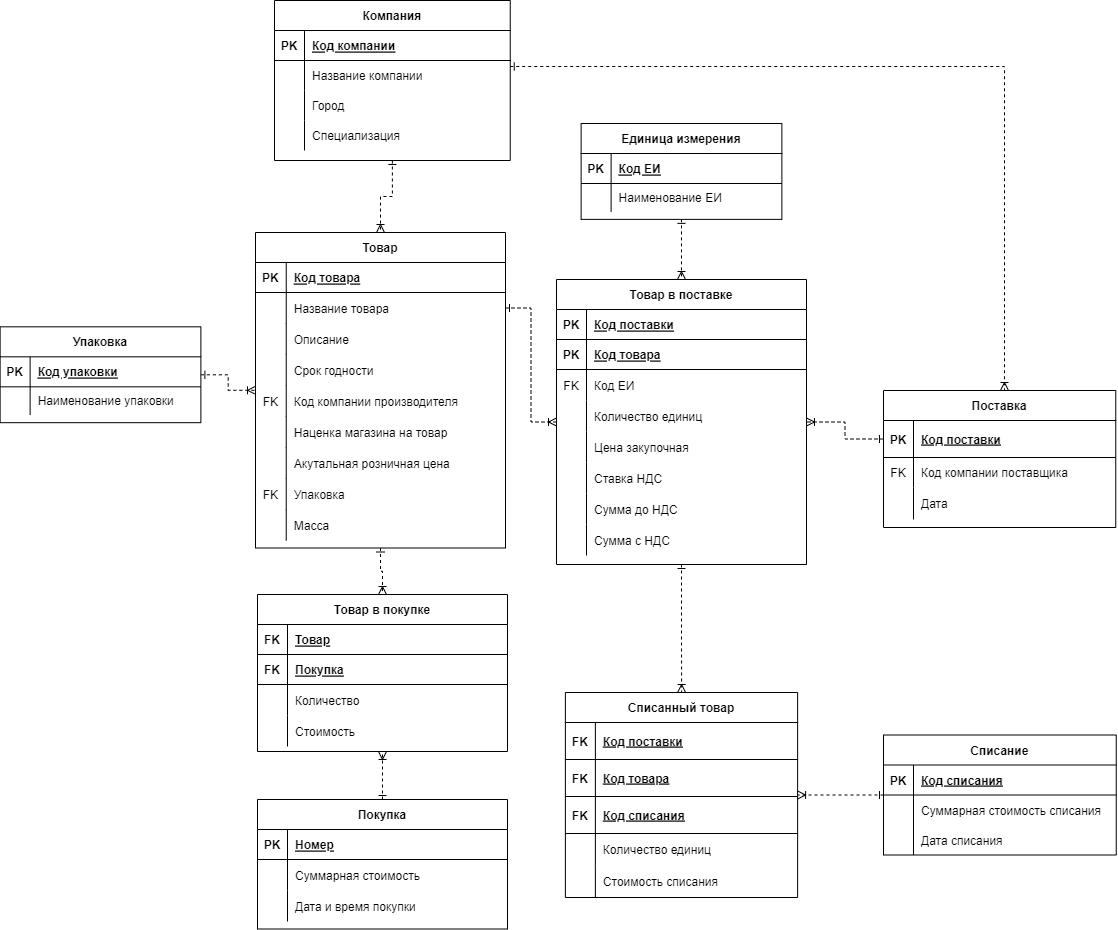
Above: КР_БД/БДКУРС.drawio.png in kuskas112/Labs (draw.io), before the change. Source tidied: cells renumbered, new cells last; positions are measured from the earlier drawing's top-left corner, leaving out a move shared by most shapes.
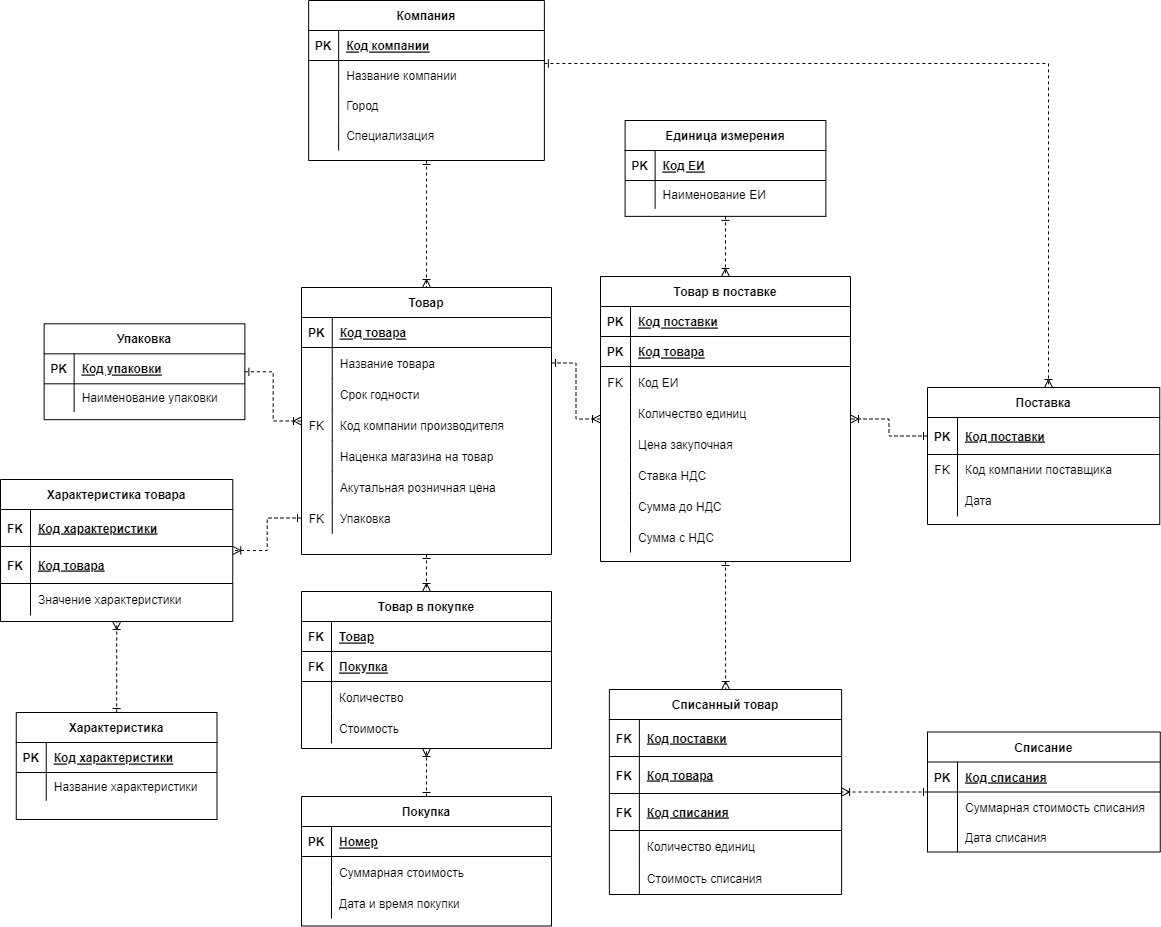
After the commit.

Diff of the diagram source:
```diff
@@ -13,7 +13,7 @@
       <mxGeometry relative="1" as="geometry" />
     </mxCell>
     <mxCell id="4" value="Компания" style="shape=table;startSize=30;rowLines=0;fontStyle=1;align=center;" parent="1" vertex="1">
-      <mxGeometry x="274" width="235.8" height="160" as="geometry" />
+      <mxGeometry x="264.1" y="3" width="235.8" height="160" as="geometry" />
     </mxCell>
     <mxCell id="5" style="shape=partialRectangle;fillColor=none;top=0;left=0;right=0;bottom=1;" parent="4" vertex="1">
       <mxGeometry y="30" width="235.8" height="30" as="geometry" />
@@ -55,7 +55,7 @@
       <mxGeometry relative="1" as="geometry" />
     </mxCell>
     <mxCell id="18" value="Товар" style="shape=table;startSize=30;rowLines=0;fontStyle=1;align=center;" parent="1" vertex="1">
-      <mxGeometry x="255" y="232" width="250" height="315.5" as="geometry" />
+      <mxGeometry x="257" y="290" width="250" height="267" as="geometry" />
     </mxCell>
     <mxCell id="19" style="shape=partialRectangle;fillColor=none;top=0;left=0;right=0;bottom=1;" parent="18" vertex="1">
       <mxGeometry y="30" width="250" height="30" as="geometry" />
@@ -75,17 +75,8 @@
     <mxCell id="24" value="Название товара" style="shape=partialRectangle;overflow=hidden;fillColor=none;top=0;left=0;bottom=0;right=0;align=left;spacingLeft=6;" parent="22" vertex="1">
       <mxGeometry x="30.8" width="219.2" height="31" as="geometry" />
     </mxCell>
-    <mxCell id="25" style="shape=partialRectangle;fillColor=none;top=0;left=0;right=0;bottom=0;" parent="18" vertex="1">
-      <mxGeometry y="91" width="250" height="31" as="geometry" />
-    </mxCell>
-    <mxCell id="26" style="shape=partialRectangle;overflow=hidden;fillColor=none;top=0;left=0;bottom=0;right=0;" parent="25" vertex="1">
-      <mxGeometry width="30.8" height="31" as="geometry" />
-    </mxCell>
-    <mxCell id="27" value="Описание" style="shape=partialRectangle;overflow=hidden;fillColor=none;top=0;left=0;bottom=0;right=0;align=left;spacingLeft=6;" parent="25" vertex="1">
-      <mxGeometry x="30.8" width="219.2" height="31" as="geometry" />
-    </mxCell>
     <mxCell id="28" style="shape=partialRectangle;fillColor=none;top=0;left=0;right=0;bottom=0;" parent="18" vertex="1">
-      <mxGeometry y="122" width="250" height="31" as="geometry" />
+      <mxGeometry y="91" width="250" height="31" as="geometry" />
     </mxCell>
     <mxCell id="29" style="shape=partialRectangle;overflow=hidden;fillColor=none;top=0;left=0;bottom=0;right=0;" parent="28" vertex="1">
       <mxGeometry width="30.8" height="31" as="geometry" />
@@ -94,7 +85,7 @@
       <mxGeometry x="30.8" width="219.2" height="31" as="geometry" />
     </mxCell>
     <mxCell id="31" style="shape=partialRectangle;fillColor=none;top=0;left=0;right=0;bottom=0;" parent="18" vertex="1">
-      <mxGeometry y="153" width="250" height="31" as="geometry" />
+      <mxGeometry y="122" width="250" height="31" as="geometry" />
     </mxCell>
     <mxCell id="32" value="FK" style="shape=partialRectangle;overflow=hidden;fillColor=none;top=0;left=0;bottom=0;right=0;" parent="31" vertex="1">
       <mxGeometry width="30.8" height="31" as="geometry" />
@@ -103,7 +94,7 @@
       <mxGeometry x="30.8" width="219.2" height="31" as="geometry" />
     </mxCell>
     <mxCell id="34" style="shape=partialRectangle;fillColor=none;top=0;left=0;right=0;bottom=0;" parent="18" vertex="1">
-      <mxGeometry y="184" width="250" height="31" as="geometry" />
+      <mxGeometry y="153" width="250" height="31" as="geometry" />
     </mxCell>
     <mxCell id="35" style="shape=partialRectangle;overflow=hidden;fillColor=none;top=0;left=0;bottom=0;right=0;" parent="34" vertex="1">
       <mxGeometry width="30.8" height="31" as="geometry" />
@@ -112,7 +103,7 @@
       <mxGeometry x="30.8" width="219.2" height="31" as="geometry" />
     </mxCell>
     <mxCell id="37" style="shape=partialRectangle;fillColor=none;top=0;left=0;right=0;bottom=0;" parent="18" vertex="1">
-      <mxGeometry y="215" width="250" height="31" as="geometry" />
+      <mxGeometry y="184" width="250" height="31" as="geometry" />
     </mxCell>
     <mxCell id="38" style="shape=partialRectangle;overflow=hidden;fillColor=none;top=0;left=0;bottom=0;right=0;" parent="37" vertex="1">
       <mxGeometry width="30.8" height="31" as="geometry" />
@@ -121,7 +112,7 @@
       <mxGeometry x="30.8" width="219.2" height="31" as="geometry" />
     </mxCell>
     <mxCell id="40" style="shape=partialRectangle;fillColor=none;points=[[0,0.5],[1,0.5]];portConstraint=eastwest;top=0;left=0;right=0;bottom=0;" parent="18" vertex="1">
-      <mxGeometry y="246" width="250" height="31" as="geometry" />
+      <mxGeometry y="215" width="250" height="31" as="geometry" />
     </mxCell>
     <mxCell id="41" value="FK" style="shape=partialRectangle;overflow=hidden;fillColor=none;top=0;left=0;bottom=0;right=0;" parent="40" vertex="1">
       <mxGeometry width="30.8" height="31" as="geometry" />
@@ -129,15 +120,6 @@
     <mxCell id="42" value="Упаковка" style="shape=partialRectangle;overflow=hidden;fillColor=none;top=0;left=0;bottom=0;right=0;align=left;spacingLeft=6;" parent="40" vertex="1">
       <mxGeometry x="30.8" width="219.2" height="31" as="geometry" />
     </mxCell>
-    <mxCell id="43" style="shape=partialRectangle;fillColor=none;top=0;left=0;right=0;bottom=0;" parent="18" vertex="1">
-      <mxGeometry y="277" width="250" height="31" as="geometry" />
-    </mxCell>
-    <mxCell id="44" style="shape=partialRectangle;overflow=hidden;fillColor=none;top=0;left=0;bottom=0;right=0;" parent="43" vertex="1">
-      <mxGeometry width="30.8" height="31" as="geometry" />
-    </mxCell>
-    <mxCell id="45" value="Масса" style="shape=partialRectangle;overflow=hidden;fillColor=none;top=0;left=0;bottom=0;right=0;align=left;spacingLeft=6;" parent="43" vertex="1">
-      <mxGeometry x="30.8" width="219.2" height="31" as="geometry" />
-    </mxCell>
     <mxCell id="46" value="Поставка" style="shape=table;startSize=30;rowLines=0;fontStyle=1;align=center;" parent="1" vertex="1">
       <mxGeometry x="883" y="390" width="232.2" height="137" as="geometry" />
     </mxCell>
@@ -453,5 +435,62 @@
     <mxCell id="150" value="Стоимость" style="shape=partialRectangle;overflow=hidden;fillColor=none;top=0;left=0;bottom=0;right=0;align=left;spacingLeft=6;" parent="148" vertex="1">
       <mxGeometry x="30" width="220" height="31" as="geometry" />
     </mxCell>
+    <mxCell id="151" value="Характеристика" style="shape=table;startSize=30;rowLines=0;fontStyle=1;align=center;" parent="1" vertex="1">
+      <mxGeometry x="-28.2" y="715" width="200.8" height="107" as="geometry" />
+    </mxCell>
+    <mxCell id="152" style="shape=partialRectangle;fillColor=none;top=0;left=0;right=0;bottom=1;" parent="151" vertex="1">
+      <mxGeometry y="30" width="200.8" height="30" as="geometry" />
+    </mxCell>
+    <mxCell id="153" value="PK" style="shape=partialRectangle;overflow=hidden;fillColor=none;top=0;left=0;bottom=0;right=0;fontStyle=1;" parent="152" vertex="1">
+      <mxGeometry width="30" height="30" as="geometry" />
+    </mxCell>
+    <mxCell id="154" value="Код характеристики" style="shape=partialRectangle;overflow=hidden;fillColor=none;top=0;left=0;bottom=0;right=0;align=left;spacingLeft=6;fontStyle=5;" parent="152" vertex="1">
+      <mxGeometry x="30" width="170.8" height="30" as="geometry" />
+    </mxCell>
+    <mxCell id="155" style="shape=partialRectangle;fillColor=none;top=0;left=0;right=0;bottom=0;" parent="151" vertex="1">
+      <mxGeometry y="60" width="200.8" height="28" as="geometry" />
+    </mxCell>
+    <mxCell id="156" style="shape=partialRectangle;overflow=hidden;fillColor=none;top=0;left=0;bottom=0;right=0;" parent="155" vertex="1">
+      <mxGeometry width="30" height="28" as="geometry" />
+    </mxCell>
+    <mxCell id="157" value="Название характеристики" style="shape=partialRectangle;overflow=hidden;fillColor=none;top=0;left=0;bottom=0;right=0;align=left;spacingLeft=6;" parent="155" vertex="1">
+      <mxGeometry x="30" width="170.8" height="28" as="geometry" />
+    </mxCell>
+    <mxCell id="158" value="Характеристика товара" style="shape=table;startSize=30;rowLines=0;fontStyle=1;align=center;" parent="1" vertex="1">
+      <mxGeometry x="-44" y="482" width="232.2" height="142" as="geometry" />
+    </mxCell>
+    <mxCell id="159" style="shape=partialRectangle;fillColor=none;top=0;left=0;right=0;bottom=1;" parent="158" vertex="1">
+      <mxGeometry y="30" width="232.2" height="37" as="geometry" />
+    </mxCell>
+    <mxCell id="160" value="FK" style="shape=partialRectangle;overflow=hidden;fillColor=none;top=0;left=0;bottom=0;right=0;fontStyle=1;" parent="159" vertex="1">
+      <mxGeometry width="30" height="37" as="geometry" />
+    </mxCell>
+    <mxCell id="161" value="Код характеристики" style="shape=partialRectangle;overflow=hidden;fillColor=none;top=0;left=0;bottom=0;right=0;align=left;spacingLeft=6;fontStyle=5;" parent="159" vertex="1">
+      <mxGeometry x="30" width="202.2" height="37" as="geometry" />
+    </mxCell>
+    <mxCell id="162" style="shape=partialRectangle;fillColor=none;top=0;left=0;right=0;bottom=1;" parent="158" vertex="1">
+      <mxGeometry y="67" width="232.2" height="37" as="geometry" />
+    </mxCell>
+    <mxCell id="163" value="FK" style="shape=partialRectangle;overflow=hidden;fillColor=none;top=0;left=0;bottom=0;right=0;fontStyle=1;" parent="162" vertex="1">
+      <mxGeometry width="30" height="37" as="geometry" />
+    </mxCell>
+    <mxCell id="164" value="Код товара" style="shape=partialRectangle;overflow=hidden;fillColor=none;top=0;left=0;bottom=0;right=0;align=left;spacingLeft=6;fontStyle=5;" parent="162" vertex="1">
+      <mxGeometry x="30" width="202.2" height="37" as="geometry" />
+    </mxCell>
+    <mxCell id="165" style="shape=partialRectangle;fillColor=none;top=0;left=0;right=0;bottom=0;" parent="158" vertex="1">
+      <mxGeometry y="104" width="232.2" height="32" as="geometry" />
+    </mxCell>
+    <mxCell id="166" style="shape=partialRectangle;overflow=hidden;fillColor=none;top=0;left=0;bottom=0;right=0;" parent="165" vertex="1">
+      <mxGeometry width="30" height="32" as="geometry" />
+    </mxCell>
+    <mxCell id="167" value="Значение характеристики" style="shape=partialRectangle;overflow=hidden;fillColor=none;top=0;left=0;bottom=0;right=0;align=left;spacingLeft=6;" parent="165" vertex="1">
+      <mxGeometry x="30" width="202.2" height="32" as="geometry" />
+    </mxCell>
+    <mxCell id="168" style="edgeStyle=orthogonalEdgeStyle;rounded=0;jettySize=auto;html=1;dashed=1;strokeColor=default;align=center;verticalAlign=middle;fontFamily=Helvetica;fontSize=11;fontColor=default;labelBackgroundColor=default;startArrow=ERone;startFill=0;endArrow=ERoneToMany;endFill=0;" parent="1" edge="1" source="151" target="158">
+      <mxGeometry relative="1" as="geometry" />
+    </mxCell>
+    <mxCell id="169" style="edgeStyle=orthogonalEdgeStyle;rounded=0;jettySize=auto;html=1;dashed=1;strokeColor=default;align=center;verticalAlign=middle;fontFamily=Helvetica;fontSize=11;fontColor=default;labelBackgroundColor=default;startArrow=ERone;startFill=0;endArrow=ERoneToMany;endFill=0;" parent="1" edge="1" source="40" target="158">
+      <mxGeometry relative="1" as="geometry" />
+    </mxCell>
   </root>
 </mxGraphModel>
```
